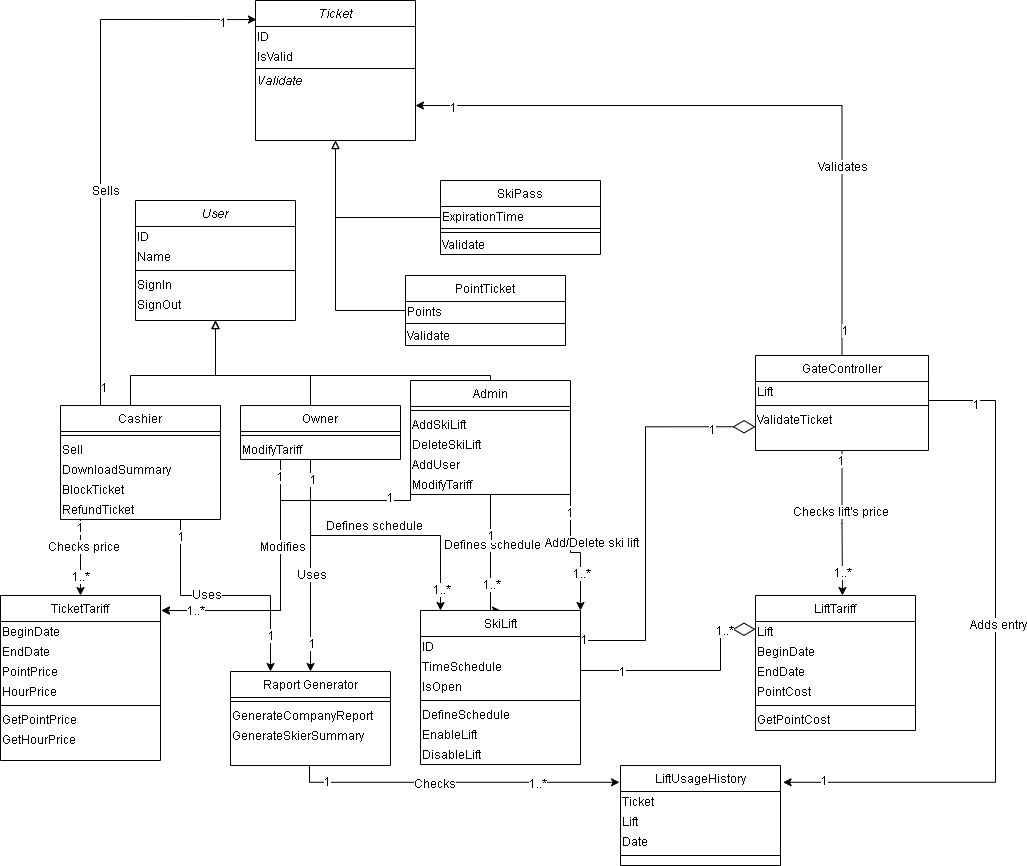
Before: UMLs Reqs and project analysis/Class_diagram.png, a diagram exported from draw.io (wsmaga/AEII_2020_BD2_Smaga_Narciarstwo). Source tidied: cells renumbered, new cells last; positions are measured from the earlier drawing's top-left corner, leaving out a move shared by most shapes.
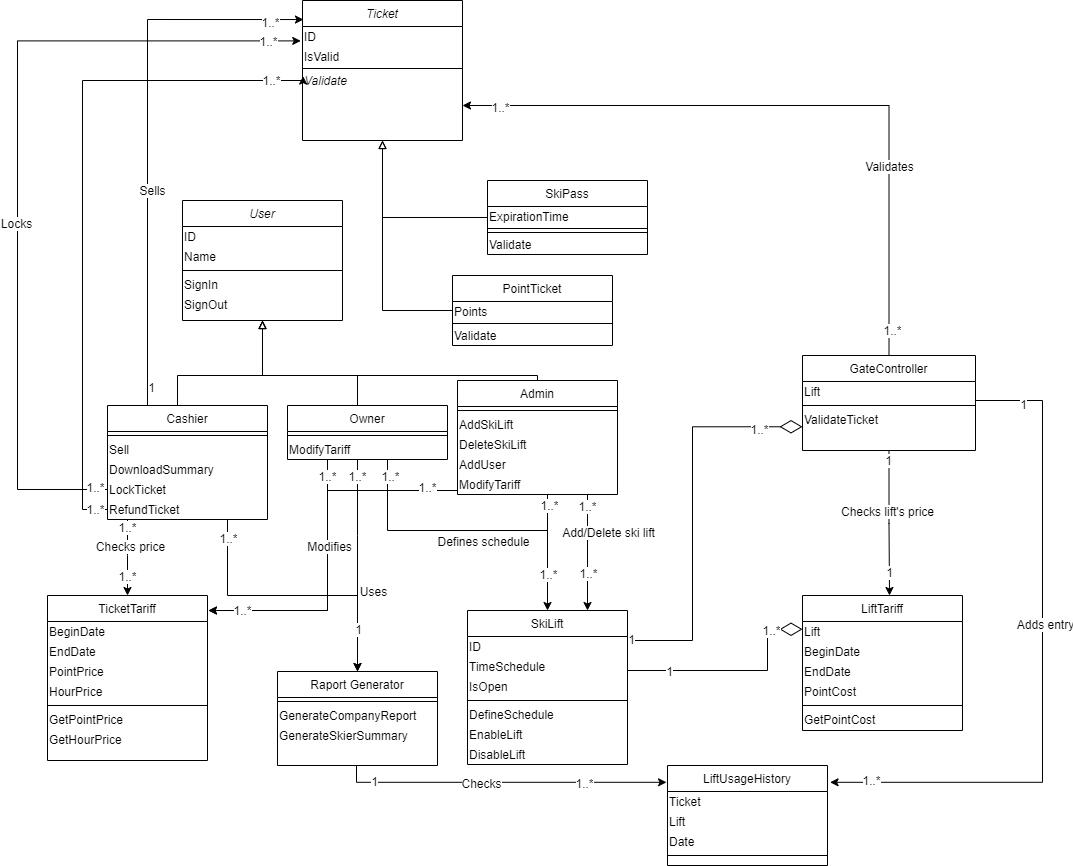
The same file after the commit.

Commit message:
Updated class diagram

Change to the diagram source:
```diff
@@ -13,22 +13,23 @@
     <mxCell id="3" style="edgeStyle=orthogonalEdgeStyle;rounded=0;jettySize=auto;html=1;exitX=0.5;exitY=1;exitDx=0;exitDy=0;endArrow=classic;endFill=1;entryX=0.5;entryY=0;entryDx=0;entryDy=0;" parent="1" edge="1" source="109" target="119">
       <mxGeometry relative="1" as="geometry">
         <Array as="points">
-          <mxPoint x="490" y="525" />
-          <mxPoint x="490" y="525" />
+          <mxPoint x="500" y="494" />
         </Array>
       </mxGeometry>
     </mxCell>
     <mxCell id="4" value="Defines schedule" style="text;html=1;align=center;verticalAlign=middle;labelBackgroundColor=#ffffff;" parent="3" vertex="1">
-      <mxGeometry x="-0.22" y="1" relative="1" as="geometry" />
+      <mxGeometry x="-0.22" y="1" relative="1" as="geometry">
+        <mxPoint x="-66" y="7" as="offset" />
+      </mxGeometry>
     </mxCell>
     <mxCell id="5" value="1..*" style="text;html=1;align=center;verticalAlign=middle;labelBackgroundColor=#ffffff;" parent="3" vertex="1">
       <mxGeometry x="0.42" relative="1" as="geometry" />
     </mxCell>
-    <mxCell id="6" value="1" style="text;html=1;align=center;verticalAlign=middle;labelBackgroundColor=#ffffff;" parent="3" vertex="1">
-      <mxGeometry x="0.14" y="-32" relative="1" as="geometry">
-        <mxPoint x="32" y="-32" as="offset" />
-      </mxGeometry>
-    </mxCell>
+    <mxCell id="133" value="1..*" style="text;html=1;align=center;verticalAlign=middle;labelBackgroundColor=#ffffff;" parent="3" vertex="1">
+      <mxGeometry x="-0.84" y="-10" relative="1" as="geometry">
+        <mxPoint x="11" y="10" as="offset" />
+      </mxGeometry>
+    </mxCell>
     <mxCell id="7" style="edgeStyle=orthogonalEdgeStyle;rounded=0;jettySize=auto;html=1;entryX=0.5;entryY=1;entryDx=0;entryDy=0;endArrow=block;endFill=0;" parent="1" edge="1" source="94" target="27">
       <mxGeometry relative="1" as="geometry">
         <Array as="points">
@@ -55,33 +56,31 @@
     </mxCell>
     <mxCell id="10" value="Uses" style="text;html=1;align=center;verticalAlign=middle;labelBackgroundColor=#ffffff;" parent="9" vertex="1">
       <mxGeometry x="-0.32" relative="1" as="geometry">
-        <mxPoint y="42.4" as="offset" />
+        <mxPoint x="15" y="59" as="offset" />
       </mxGeometry>
     </mxCell>
-    <mxCell id="11" value="1" style="text;html=1;align=center;verticalAlign=middle;labelBackgroundColor=#ffffff;" parent="9" vertex="1">
-      <mxGeometry x="0.72" y="1" relative="1" as="geometry" />
-    </mxCell>
+    <mxCell id="134" value="1..*" style="text;html=1;align=center;verticalAlign=middle;labelBackgroundColor=#ffffff;" parent="9" vertex="1">
+      <mxGeometry x="-0.28" y="-60" relative="1" as="geometry">
+        <mxPoint x="59" y="-60" as="offset" />
+      </mxGeometry>
+    </mxCell>
-    <mxCell id="12" style="edgeStyle=orthogonalEdgeStyle;rounded=0;jettySize=auto;html=1;endArrow=classic;endFill=1;" parent="1" edge="1" source="38" target="119">
+    <mxCell id="12" style="edgeStyle=orthogonalEdgeStyle;rounded=0;jettySize=auto;html=1;endArrow=none;endFill=0;" parent="1" edge="1" source="38">
       <mxGeometry relative="1" as="geometry">
+        <mxPoint x="500" y="530" as="targetPoint" />
         <Array as="points">
-          <mxPoint x="310" y="535" />
-          <mxPoint x="440" y="535" />
+          <mxPoint x="340" y="530" />
         </Array>
       </mxGeometry>
     </mxCell>
-    <mxCell id="13" value="Defines schedule" style="text;html=1;align=center;verticalAlign=middle;labelBackgroundColor=#ffffff;" parent="12" vertex="1">
-      <mxGeometry x="0.46" y="2" relative="1" as="geometry">
-        <mxPoint x="-65.1" y="-8" as="offset" />
-      </mxGeometry>
-    </mxCell>
-    <mxCell id="14" value="1" style="text;html=1;align=center;verticalAlign=middle;labelBackgroundColor=#ffffff;" parent="12" vertex="1">
+    <mxCell id="14" value="1..*" style="text;html=1;align=center;verticalAlign=middle;labelBackgroundColor=#ffffff;" parent="12" vertex="1">
       <mxGeometry x="-0.86" y="2" relative="1" as="geometry" />
     </mxCell>
-    <mxCell id="15" value="1..*" style="text;html=1;align=center;verticalAlign=middle;labelBackgroundColor=#ffffff;" parent="12" vertex="1">
-      <mxGeometry x="0.85" relative="1" as="geometry" />
-    </mxCell>
-    <mxCell id="16" style="edgeStyle=orthogonalEdgeStyle;rounded=0;jettySize=auto;html=1;exitX=1;exitY=1;exitDx=0;exitDy=0;entryX=1;entryY=0;entryDx=0;entryDy=0;endArrow=classic;endFill=1;" parent="1" edge="1" source="109" target="119">
-      <mxGeometry relative="1" as="geometry" />
+    <mxCell id="16" style="edgeStyle=orthogonalEdgeStyle;rounded=0;jettySize=auto;html=1;endArrow=classic;endFill=1;entryX=0.75;entryY=0;entryDx=0;entryDy=0;exitX=0.75;exitY=1;exitDx=0;exitDy=0;" parent="1" edge="1" source="114" target="119">
+      <mxGeometry relative="1" as="geometry">
+        <Array as="points">
+          <mxPoint x="540" y="494" />
+        </Array>
+      </mxGeometry>
     </mxCell>
     <mxCell id="17" value="Add/Delete ski lift" style="text;html=1;align=center;verticalAlign=middle;labelBackgroundColor=#ffffff;" parent="16" vertex="1">
       <mxGeometry x="-0.32" y="-3" relative="1" as="geometry">
@@ -91,8 +90,10 @@
     <mxCell id="18" value="1..*" style="text;html=1;align=center;verticalAlign=middle;labelBackgroundColor=#ffffff;" parent="16" vertex="1">
       <mxGeometry x="0.4" relative="1" as="geometry" />
     </mxCell>
-    <mxCell id="19" value="1" style="text;html=1;align=center;verticalAlign=middle;labelBackgroundColor=#ffffff;" parent="16" vertex="1">
-      <mxGeometry x="-0.73" y="-1" relative="1" as="geometry" />
+    <mxCell id="19" value="1..*" style="text;html=1;align=center;verticalAlign=middle;labelBackgroundColor=#ffffff;" parent="16" vertex="1">
+      <mxGeometry x="-0.73" y="-1" relative="1" as="geometry">
+        <mxPoint y="4" as="offset" />
+      </mxGeometry>
     </mxCell>
     <mxCell id="20" style="edgeStyle=orthogonalEdgeStyle;rounded=0;jettySize=auto;html=1;exitX=0.5;exitY=1;exitDx=0;exitDy=0;entryX=-0.006;entryY=0.168;entryDx=0;entryDy=0;entryPerimeter=0;" parent="1" edge="1" source="115" target="104">
       <mxGeometry relative="1" as="geometry">
@@ -169,15 +170,15 @@
     <mxCell id="41" style="edgeStyle=orthogonalEdgeStyle;rounded=0;jumpSize=6;jettySize=auto;html=1;entryX=0.5;entryY=0;entryDx=0;entryDy=0;endArrow=classic;endFill=1;endSize=6;strokeWidth=1;" parent="1" edge="1" source="94" target="67">
       <mxGeometry relative="1" as="geometry">
         <Array as="points">
-          <mxPoint x="80" y="500" />
-          <mxPoint x="80" y="500" />
+          <mxPoint x="80" y="555" />
+          <mxPoint x="80" y="555" />
         </Array>
       </mxGeometry>
     </mxCell>
     <mxCell id="42" value="Checks price" style="text;html=1;align=center;verticalAlign=middle;labelBackgroundColor=#ffffff;" parent="41" vertex="1">
       <mxGeometry x="-0.33" y="2" relative="1" as="geometry" />
     </mxCell>
-    <mxCell id="43" value="1" style="text;html=1;align=center;verticalAlign=middle;labelBackgroundColor=#ffffff;" parent="41" vertex="1">
+    <mxCell id="43" value="1..*" style="text;html=1;align=center;verticalAlign=middle;labelBackgroundColor=#ffffff;" parent="41" vertex="1">
       <mxGeometry x="-0.73" y="-3" relative="1" as="geometry">
         <mxPoint x="2" y="-3" as="offset" />
       </mxGeometry>
@@ -234,10 +235,10 @@
     <mxCell id="57" value="Validates" style="text;html=1;align=center;verticalAlign=middle;labelBackgroundColor=#ffffff;" parent="56" vertex="1">
       <mxGeometry x="-0.44" relative="1" as="geometry" />
     </mxCell>
-    <mxCell id="58" value="1" style="text;html=1;align=center;verticalAlign=middle;labelBackgroundColor=#ffffff;" parent="56" vertex="1">
+    <mxCell id="58" value="1..*" style="text;html=1;align=center;verticalAlign=middle;labelBackgroundColor=#ffffff;" parent="56" vertex="1">
       <mxGeometry x="0.89" y="1" relative="1" as="geometry" />
     </mxCell>
-    <mxCell id="59" value="1" style="text;html=1;align=center;verticalAlign=middle;labelBackgroundColor=#ffffff;" parent="56" vertex="1">
+    <mxCell id="59" value="1..*" style="text;html=1;align=center;verticalAlign=middle;labelBackgroundColor=#ffffff;" parent="56" vertex="1">
       <mxGeometry x="-0.92" y="-2" relative="1" as="geometry">
         <mxPoint x="1" as="offset" />
       </mxGeometry>
@@ -254,7 +255,7 @@
     <mxCell id="61" value="1" style="text;html=1;align=center;verticalAlign=middle;labelBackgroundColor=#ffffff;" parent="60" vertex="1">
       <mxGeometry x="-0.93" y="2" relative="1" as="geometry" />
     </mxCell>
-    <mxCell id="62" value="1" style="text;html=1;align=center;verticalAlign=middle;labelBackgroundColor=#ffffff;" parent="60" vertex="1">
+    <mxCell id="62" value="1..*" style="text;html=1;align=center;verticalAlign=middle;labelBackgroundColor=#ffffff;" parent="60" vertex="1">
       <mxGeometry x="0.78" y="-2" relative="1" as="geometry" />
     </mxCell>
     <mxCell id="63" style="edgeStyle=orthogonalEdgeStyle;rounded=0;jettySize=auto;html=1;endArrow=classic;endFill=1;endSize=6;strokeWidth=1;exitX=0.5;exitY=1;exitDx=0;exitDy=0;" parent="1" edge="1" source="79">
@@ -272,7 +273,7 @@
     <mxCell id="65" value="1" style="text;html=1;align=center;verticalAlign=middle;labelBackgroundColor=#ffffff;" parent="63" vertex="1">
       <mxGeometry x="-0.88" y="-1" relative="1" as="geometry" />
     </mxCell>
-    <mxCell id="66" value="1..*" style="text;html=1;align=center;verticalAlign=middle;labelBackgroundColor=#ffffff;" parent="63" vertex="1">
+    <mxCell id="66" value="1" style="text;html=1;align=center;verticalAlign=middle;labelBackgroundColor=#ffffff;" parent="63" vertex="1">
       <mxGeometry x="0.68" relative="1" as="geometry" />
     </mxCell>
     <mxCell id="67" value="TicketTariff" style="swimlane;fontStyle=0;align=center;verticalAlign=top;horizontal=1;startSize=26;rounded=0;shadow=0;strokeWidth=1;" parent="1" vertex="1">
@@ -313,7 +314,7 @@
     <mxCell id="77" value="1" style="text;html=1;align=center;verticalAlign=middle;labelBackgroundColor=#ffffff;" parent="75" vertex="1">
       <mxGeometry x="-0.86" y="-3" relative="1" as="geometry" />
     </mxCell>
-    <mxCell id="78" value="1" style="text;html=1;align=center;verticalAlign=middle;labelBackgroundColor=#ffffff;" parent="75" vertex="1">
+    <mxCell id="78" value="1..*" style="text;html=1;align=center;verticalAlign=middle;labelBackgroundColor=#ffffff;" parent="75" vertex="1">
       <mxGeometry x="0.88" y="-2" relative="1" as="geometry" />
     </mxCell>
     <mxCell id="79" value="GateController" style="swimlane;fontStyle=0;align=center;verticalAlign=top;horizontal=1;startSize=26;rounded=0;shadow=0;strokeWidth=1;" parent="1" vertex="1">
@@ -362,9 +363,21 @@
     <mxCell id="92" value="1" style="text;html=1;align=center;verticalAlign=middle;labelBackgroundColor=#ffffff;" parent="90" vertex="1">
       <mxGeometry x="-0.93" y="-3" relative="1" as="geometry" />
     </mxCell>
-    <mxCell id="93" value="1" style="text;html=1;align=center;verticalAlign=middle;labelBackgroundColor=#ffffff;" parent="90" vertex="1">
+    <mxCell id="93" value="1..*" style="text;html=1;align=center;verticalAlign=middle;labelBackgroundColor=#ffffff;" parent="90" vertex="1">
       <mxGeometry x="0.88" y="-2" relative="1" as="geometry" />
     </mxCell>
+    <mxCell id="135" style="edgeStyle=orthogonalEdgeStyle;rounded=0;jettySize=auto;html=1;endArrow=classic;endFill=1;entryX=0.004;entryY=0.28;entryDx=0;entryDy=0;entryPerimeter=0;exitX=0;exitY=0.5;exitDx=0;exitDy=0;" parent="1" edge="1" source="99" target="37">
+      <mxGeometry relative="1" as="geometry">
+        <Array as="points">
+          <mxPoint x="35" y="509" />
+          <mxPoint x="35" y="80" />
+          <mxPoint x="256" y="80" />
+        </Array>
+      </mxGeometry>
+    </mxCell>
+    <mxCell id="136" value="1..*" style="text;html=1;align=center;verticalAlign=middle;labelBackgroundColor=#ffffff;" parent="135" vertex="1">
+      <mxGeometry x="0.89" y="1" relative="1" as="geometry" />
+    </mxCell>
     <mxCell id="94" value="Cashier" style="swimlane;fontStyle=0;align=center;verticalAlign=top;horizontal=1;startSize=26;rounded=0;shadow=0;strokeWidth=1;" parent="1" vertex="1">
       <mxGeometry x="60" y="405" width="160" height="114" as="geometry" />
     </mxCell>
@@ -377,19 +390,21 @@
     <mxCell id="97" value="DownloadSummary" style="text;html=1;align=left;verticalAlign=middle;" parent="94" vertex="1">
       <mxGeometry y="54" width="160" height="20" as="geometry" />
     </mxCell>
-    <mxCell id="98" value="BlockTicket" style="text;html=1;strokeColor=none;fillColor=none;align=left;verticalAlign=middle;whiteSpace=wrap;rounded=0;labelBackgroundColor=#ffffff;" parent="94" vertex="1">
+    <mxCell id="98" value="LockTicket" style="text;html=1;strokeColor=none;fillColor=none;align=left;verticalAlign=middle;whiteSpace=wrap;rounded=0;labelBackgroundColor=#ffffff;" parent="94" vertex="1">
       <mxGeometry y="74" width="160" height="20" as="geometry" />
     </mxCell>
     <mxCell id="99" value="RefundTicket" style="text;html=1;strokeColor=none;fillColor=none;align=left;verticalAlign=middle;whiteSpace=wrap;rounded=0;labelBackgroundColor=#ffffff;" parent="94" vertex="1">
       <mxGeometry y="94" width="160" height="20" as="geometry" />
     </mxCell>
-    <mxCell id="100" style="edgeStyle=orthogonalEdgeStyle;rounded=0;jettySize=auto;html=1;entryX=0.25;entryY=0;entryDx=0;entryDy=0;exitX=0.75;exitY=1;exitDx=0;exitDy=0;" parent="1" edge="1" source="94" target="115">
-      <mxGeometry relative="1" as="geometry" />
+    <mxCell id="100" style="edgeStyle=orthogonalEdgeStyle;rounded=0;jettySize=auto;html=1;entryX=0.5;entryY=0;entryDx=0;entryDy=0;exitX=0.75;exitY=1;exitDx=0;exitDy=0;" parent="1" edge="1" source="94" target="115">
+      <mxGeometry relative="1" as="geometry">
+        <Array as="points">
+          <mxPoint x="180" y="595" />
+          <mxPoint x="310" y="595" />
+        </Array>
+      </mxGeometry>
     </mxCell>
-    <mxCell id="101" value="Uses" style="text;html=1;align=center;verticalAlign=middle;labelBackgroundColor=#ffffff;" parent="100" vertex="1">
-      <mxGeometry x="-0.16" y="2" relative="1" as="geometry" />
-    </mxCell>
-    <mxCell id="102" value="1" style="text;html=1;align=center;verticalAlign=middle;labelBackgroundColor=#ffffff;" parent="100" vertex="1">
+    <mxCell id="102" value="1..*" style="text;html=1;align=center;verticalAlign=middle;labelBackgroundColor=#ffffff;" parent="100" vertex="1">
       <mxGeometry x="-0.87" relative="1" as="geometry" />
     </mxCell>
     <mxCell id="103" value="1" style="text;html=1;align=center;verticalAlign=middle;labelBackgroundColor=#ffffff;" parent="100" vertex="1">
@@ -467,14 +482,14 @@
     <mxCell id="127" style="edgeStyle=orthogonalEdgeStyle;rounded=0;jettySize=auto;html=1;exitX=0.25;exitY=1;exitDx=0;exitDy=0;entryX=1.006;entryY=0.091;entryDx=0;entryDy=0;entryPerimeter=0;" parent="1" edge="1" source="40" target="67">
       <mxGeometry relative="1" as="geometry" />
     </mxCell>
-    <mxCell id="128" value="1" style="text;html=1;align=center;verticalAlign=middle;labelBackgroundColor=#ffffff;" parent="127" vertex="1">
+    <mxCell id="128" value="1..*" style="text;html=1;align=center;verticalAlign=middle;labelBackgroundColor=#ffffff;" parent="127" vertex="1">
       <mxGeometry x="-0.88" y="-1" relative="1" as="geometry" />
     </mxCell>
     <mxCell id="129" style="edgeStyle=orthogonalEdgeStyle;rounded=0;jettySize=auto;html=1;exitX=0;exitY=0.25;exitDx=0;exitDy=0;entryX=1.006;entryY=0.091;entryDx=0;entryDy=0;entryPerimeter=0;" parent="1" edge="1" source="114" target="67">
       <mxGeometry relative="1" as="geometry">
         <Array as="points">
-          <mxPoint x="410" y="500" />
-          <mxPoint x="280" y="500" />
+          <mxPoint x="410" y="490" />
+          <mxPoint x="280" y="490" />
           <mxPoint x="280" y="610" />
         </Array>
       </mxGeometry>
@@ -482,11 +497,33 @@
     <mxCell id="130" value="Modifies" style="text;html=1;align=center;verticalAlign=middle;labelBackgroundColor=#ffffff;" parent="129" vertex="1">
       <mxGeometry x="0.03" y="1" relative="1" as="geometry" />
     </mxCell>
-    <mxCell id="131" value="1" style="text;html=1;align=center;verticalAlign=middle;labelBackgroundColor=#ffffff;" parent="129" vertex="1">
+    <mxCell id="131" value="1..*" style="text;html=1;align=center;verticalAlign=middle;labelBackgroundColor=#ffffff;" parent="129" vertex="1">
       <mxGeometry x="-0.78" y="-4" relative="1" as="geometry" />
     </mxCell>
     <mxCell id="132" value="1..*" style="text;html=1;align=center;verticalAlign=middle;labelBackgroundColor=#ffffff;" parent="129" vertex="1">
       <mxGeometry x="0.82" y="-1" relative="1" as="geometry" />
     </mxCell>
+    <mxCell id="137" style="edgeStyle=orthogonalEdgeStyle;rounded=0;jettySize=auto;html=1;endArrow=classic;endFill=1;entryX=-0.011;entryY=0.72;entryDx=0;entryDy=0;entryPerimeter=0;" parent="1" edge="1" source="98" target="34">
+      <mxGeometry relative="1" as="geometry">
+        <Array as="points">
+          <mxPoint x="-30" y="489" />
+          <mxPoint x="-30" y="40" />
+        </Array>
+      </mxGeometry>
+    </mxCell>
+    <mxCell id="138" value="1..*" style="text;html=1;align=center;verticalAlign=middle;labelBackgroundColor=#ffffff;" parent="137" vertex="1">
+      <mxGeometry x="0.92" y="4" relative="1" as="geometry">
+        <mxPoint x="0.6" y="3.6" as="offset" />
+      </mxGeometry>
+    </mxCell>
+    <mxCell id="139" value="Locks" style="text;html=1;align=center;verticalAlign=middle;labelBackgroundColor=#ffffff;" parent="137" vertex="1">
+      <mxGeometry x="-0.13" y="2" relative="1" as="geometry" />
+    </mxCell>
+    <mxCell id="140" value="1..*" style="text;html=1;align=center;verticalAlign=middle;labelBackgroundColor=#ffffff;" parent="137" vertex="1">
+      <mxGeometry x="-0.97" y="-3" relative="1" as="geometry" />
+    </mxCell>
+    <mxCell id="141" value="1..*" style="text;html=1;align=center;verticalAlign=middle;labelBackgroundColor=#ffffff;" parent="1" vertex="1">
+      <mxGeometry x="33" y="499" width="30" height="20" as="geometry" />
+    </mxCell>
   </root>
 </mxGraphModel>
```
